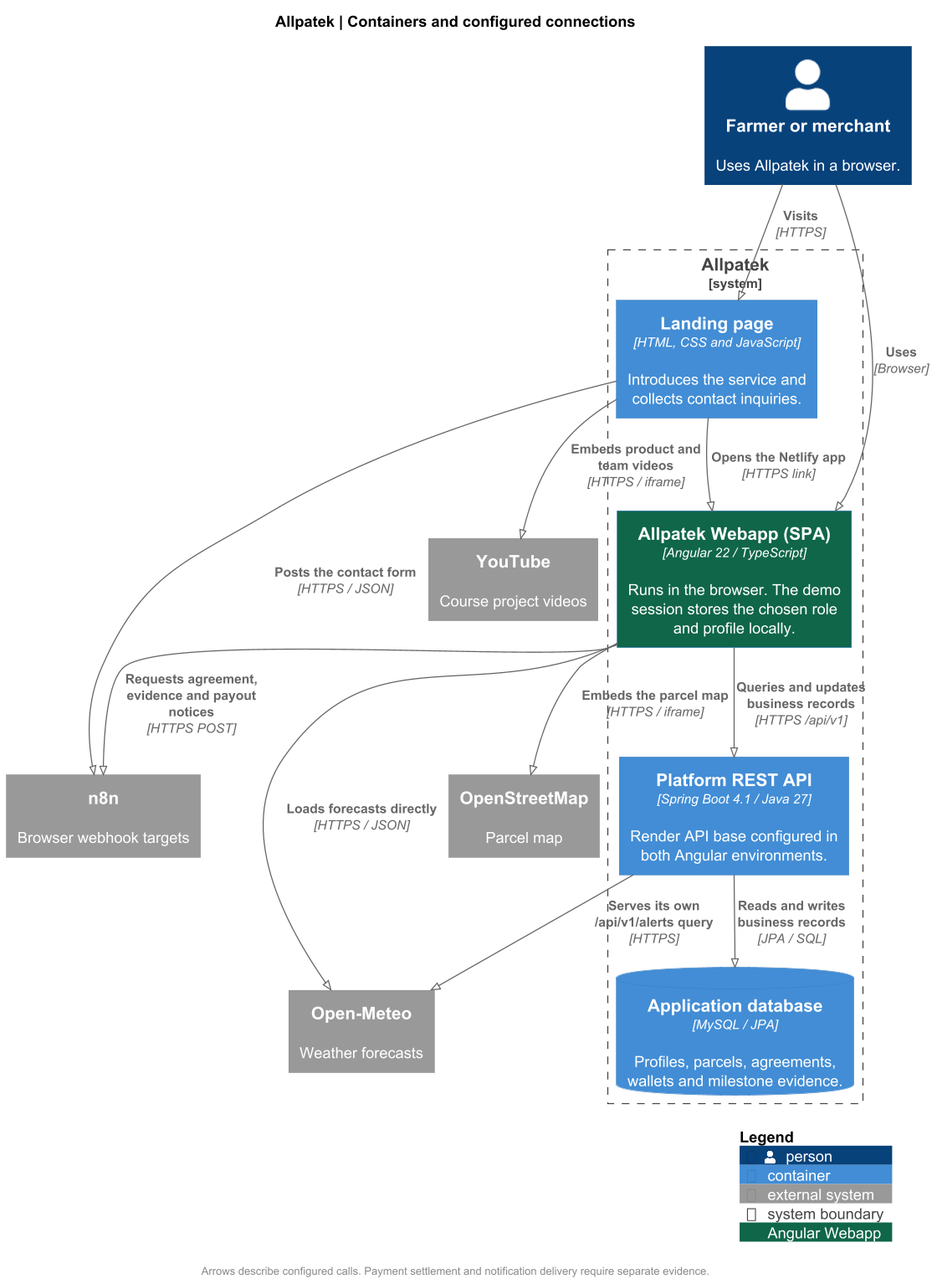
This is assets/chapter-04/architecture/03-containers.png from upc-pre-202620-1asi0729-7753-Terranova/allpatek-report, a PlantUML export, as it was before one commit.
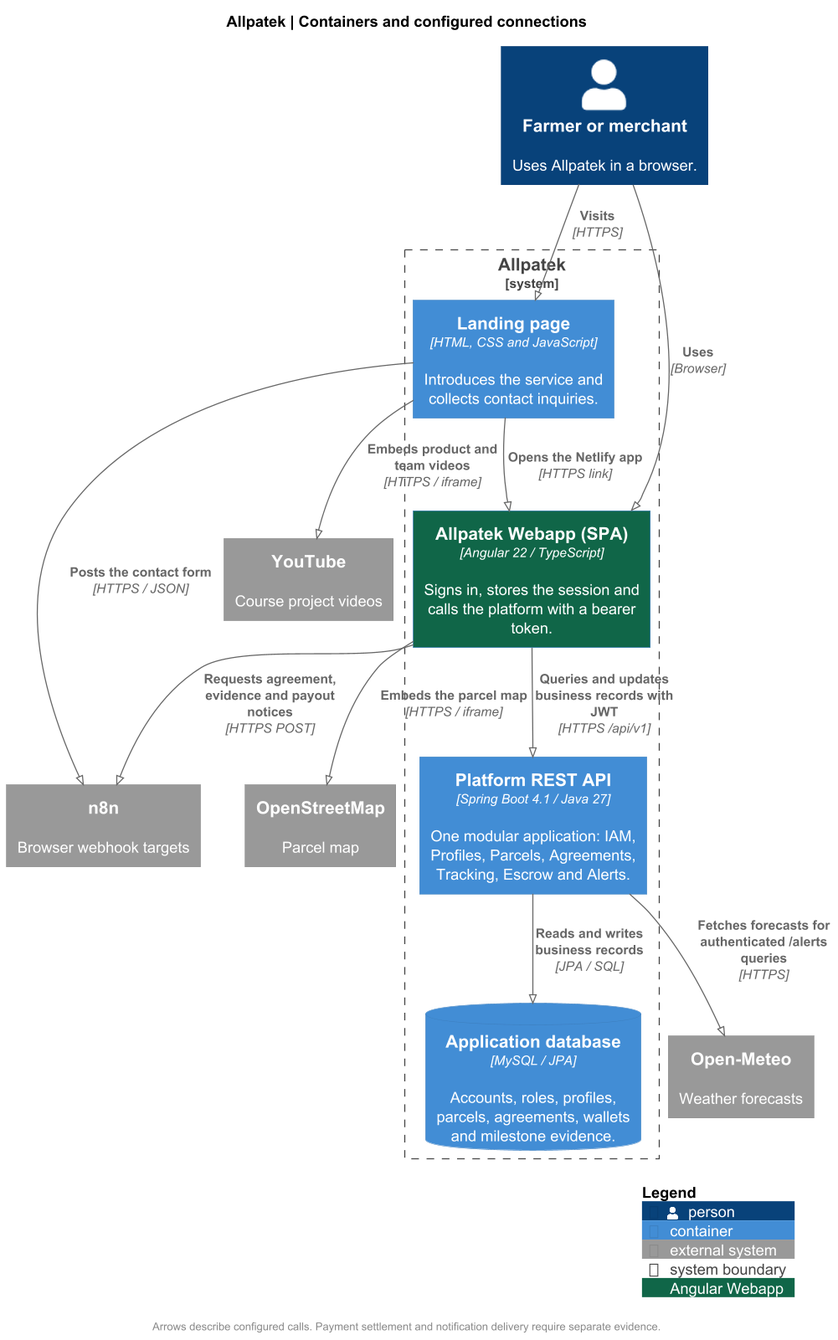
Later version of the same file.

Commit message:
docs(c4): trace authenticated webapp and weather connections

Change to the diagram source:
```diff
@@ -12,9 +12,9 @@
 Person(user, "Farmer or merchant", "Uses Allpatek in a browser.")
 System_Boundary(allpatek, "Allpatek") {
   Container(landing, "Landing page", "HTML, CSS and JavaScript", "Introduces the service and collects contact inquiries.")
-  Container(web, "Allpatek Webapp (SPA)", "Angular 22 / TypeScript", "Runs in the browser. The demo session stores the chosen role and profile locally.", $tags="webapp")
-  Container(api, "Platform REST API", "Spring Boot 4.1 / Java 27", "Render API base configured in both Angular environments.")
-  ContainerDb(db, "Application database", "MySQL / JPA", "Profiles, parcels, agreements, wallets and milestone evidence.")
+  Container(web, "Allpatek Webapp (SPA)", "Angular 22 / TypeScript", "Signs in, stores the session and calls the platform with a bearer token.", $tags="webapp")
+  Container(api, "Platform REST API", "Spring Boot 4.1 / Java 27", "One modular application: IAM, Profiles, Parcels, Agreements, Tracking, Escrow and Alerts.")
+  ContainerDb(db, "Application database", "MySQL / JPA", "Accounts, roles, profiles, parcels, agreements, wallets and milestone evidence.")
 }
 System_Ext(auto, "n8n", "Browser webhook targets")
 System_Ext(weather, "Open-Meteo", "Weather forecasts")
@@ -26,12 +26,12 @@
 Rel(landing, web, "Opens the Netlify app", "HTTPS link")
 Rel(landing, youtube, "Embeds product and team videos", "HTTPS / iframe")
 Rel(landing, auto, "Posts the contact form", "HTTPS / JSON")
-Rel(web, api, "Queries and updates business records", "HTTPS /api/v1")
-Rel(web, weather, "Loads forecasts directly", "HTTPS / JSON")
+Rel(web, api, "Queries and updates business records with JWT", "HTTPS /api/v1")
+
 Rel(web, maps, "Embeds the parcel map", "HTTPS / iframe")
 Rel(web, auto, "Requests agreement, evidence and payout notices", "HTTPS POST")
 Rel(api, db, "Reads and writes business records", "JPA / SQL")
-Rel(api, weather, "Serves its own /api/v1/alerts query", "HTTPS")
+Rel(api, weather, "Fetches forecasts for authenticated /alerts queries", "HTTPS")
 footer Arrows describe configured calls. Payment settlement and notification delivery require separate evidence.
 SHOW_LEGEND()
 @enduml
```
